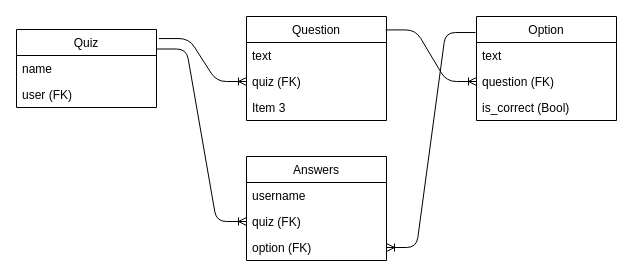
Jaspreet-singh-1032/quiz keeps this draw.io diagram as docs/quiz_model_structure.drawio. Above is the earlier version. Source tidied: cells renumbered, new cells numbered last; positions are measured from the earlier drawing's top-left corner, leaving out a move shared by most shapes. Both pictures are drawn from the tidied source at 100%, with x=0, y=0 at pixel (16, 16).
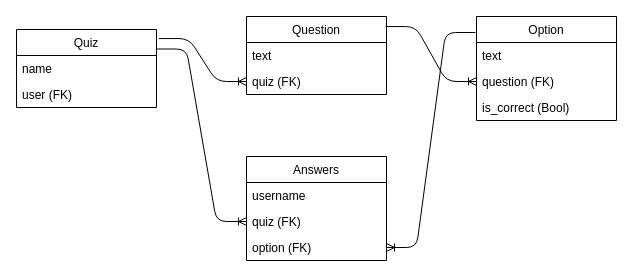
The same diagram, later.

Diff of the diagram source:
```diff
@@
     <mxCell id="5" value="Question" style="swimlane;fontStyle=0;horizontal=1;startSize=26;fillColor=none;" parent="1" vertex="1">
-      <mxGeometry x="230" width="140" height="104" as="geometry" />
+      <mxGeometry x="230" width="140" height="78" as="geometry" />
     </mxCell>
@@
-    <mxCell id="8" value="Item 3" style="text;strokeColor=none;fillColor=none;align=left;verticalAlign=top;spacingLeft=4;spacingRight=4;overflow=hidden;" parent="5" vertex="1">
-      <mxGeometry y="78" width="140" height="26" as="geometry" />
-    </mxCell>
```
